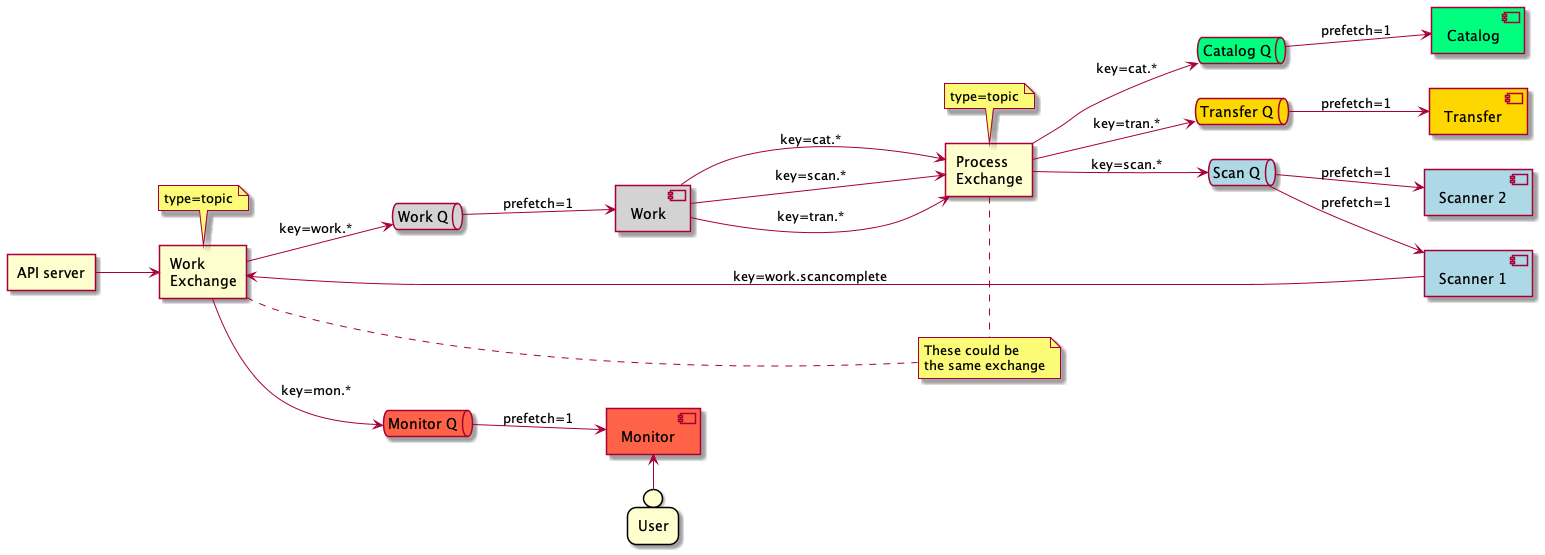
cedadev/nlds keeps this PlantUML diagram as doc/uml/queue_structure.png. Above is the earlier version.
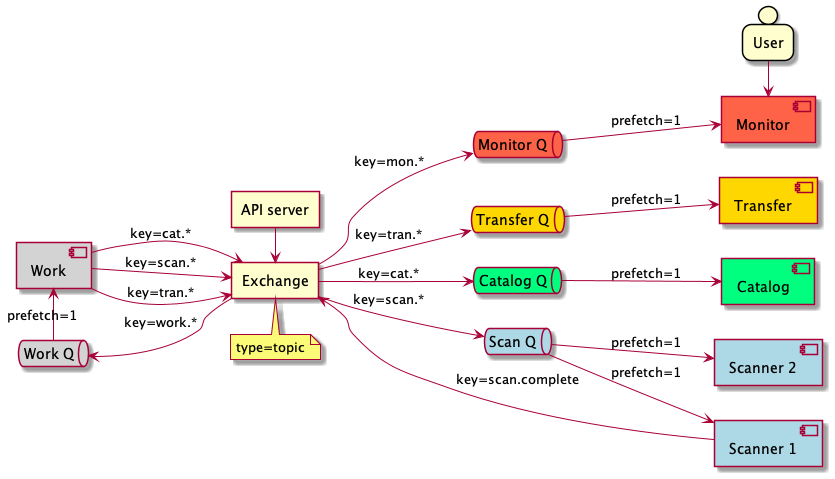
Later version of the same file.

The edit, as a diff of the source:
```diff
@@ -4,31 +4,23 @@
 agent api_server as "API server"
 
 together {
-    agent wex as "Work\nExchange"
-    note bottom of wex: type=topic
     queue wq as "Work Q" #lightgrey
     component work as "Work" #lightgrey
 }
-wex --> wq : key=work.*
-wq --> work : prefetch=1
 
 together {
-    agent pex as "Process\nExchange"
-    note bottom of pex: type=topic
+    agent pex as "Exchange"
+    note top of pex: type=topic
 }
+
+pex --> wq : key=work.*
+wq -> work : prefetch=1
+
 together {
     queue sq as "Scan Q" #lightblue
     queue tq as "Transfer Q" #gold
     queue cq as "Catalog Q" #springgreen
 }
-
-note as N
-    These could be
-    the same exchange
-end note
-
-wex . N
-pex . N
 
 pex --> sq : key=scan.*
 pex --> tq : key=tran.*
@@ -39,7 +31,7 @@
 work --> pex : key=cat.*
 
 queue mq as "Monitor Q" #tomato
-wex --> mq : key=mon.*
+pex --> mq : key=mon.*
 
 together {
     component scan1 as "Scanner 1" #lightblue
@@ -53,7 +45,7 @@
     person user as "User"
 }
 
-api_server --> wex
+api_server -> pex
 
 sq --> scan1 : prefetch=1
 sq --> scan2 : prefetch=1
@@ -61,8 +53,8 @@
 cq --> cat1 : prefetch=1
 mq --> mon1 : prefetch=1
 
-user -> mon1
+mon1 <- user
 
-scan1 --> wex : key=work.scancomplete
+scan1 --> pex : key=scan.complete
 
 @enduml
```
